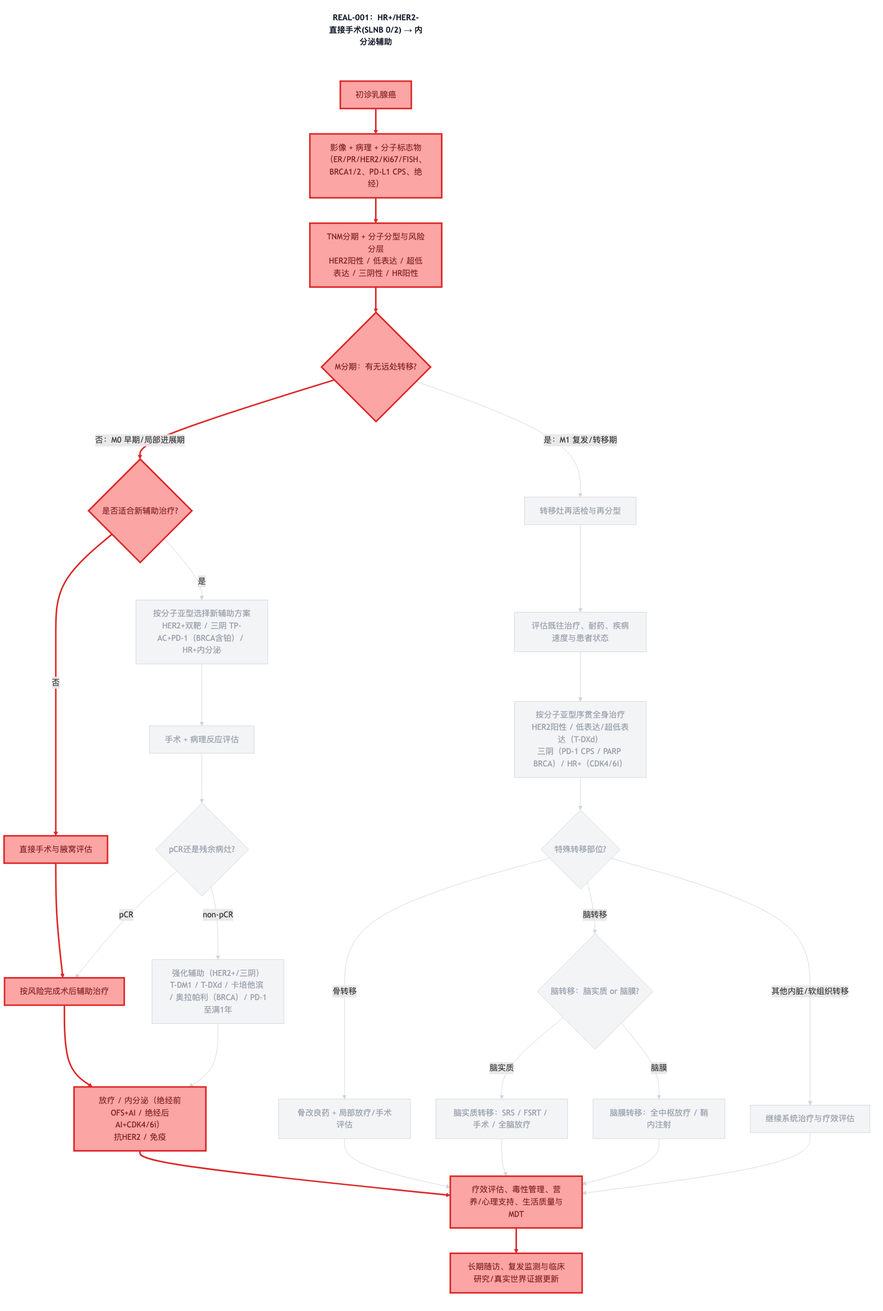
Before: diagrams/decision-chain-REAL-001.png, a diagram exported from Mermaid (dongjb741280/breast-cancer). Its source is kept beside it as diagrams/decision-chain-REAL-001.mmd.
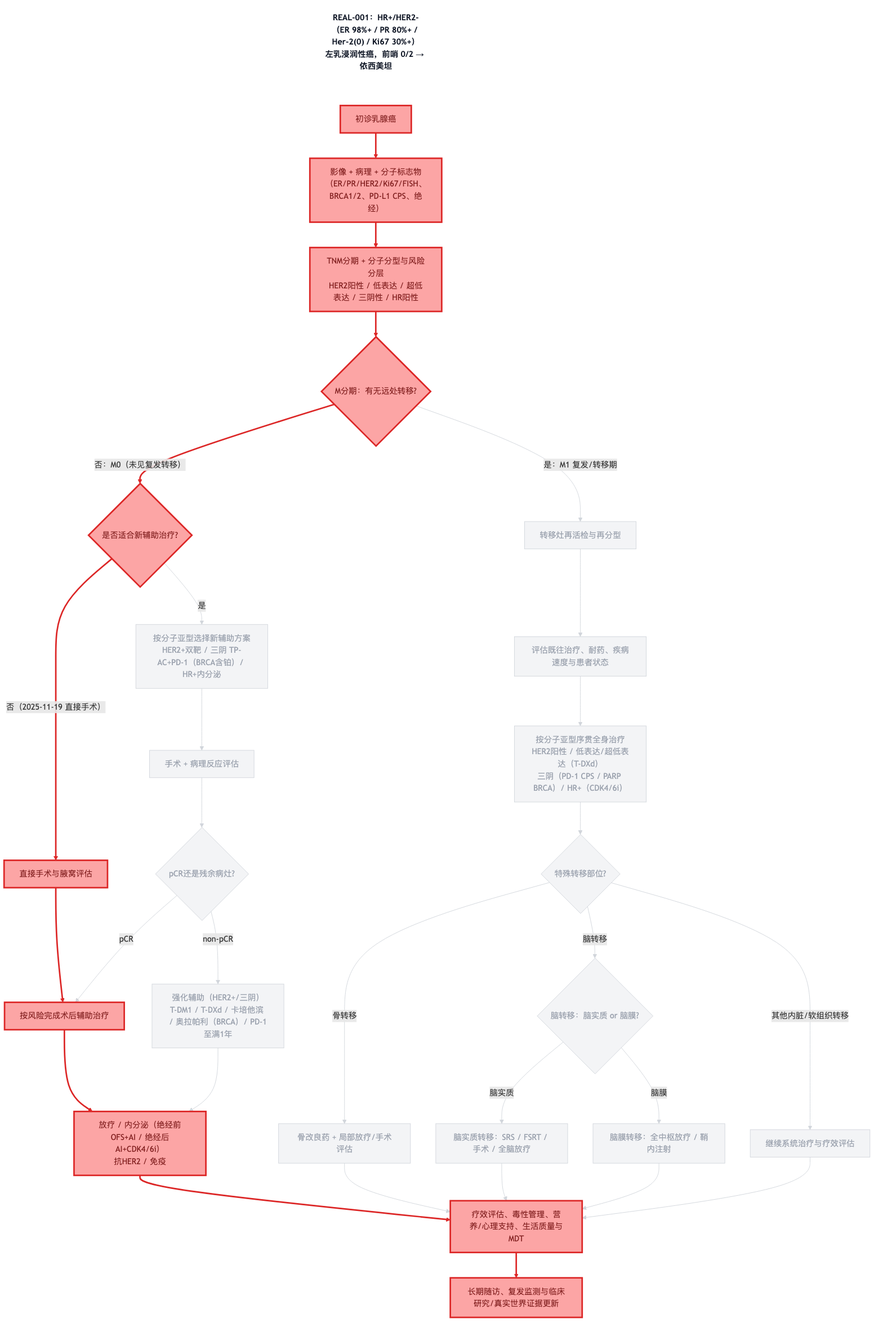
Above is the later version.

The edit, as a diff of the source:
```diff
@@ -1,5 +1,5 @@
 graph TD
-    TITLE["REAL-001：HR+/HER2-<br/>直接手术(SLNB 0/2) → 内分泌辅助"]
+    TITLE["REAL-001：HR+/HER2-（ER 98%+ / PR 80%+ / Her-2(0) / Ki67 30%+）<br/>左乳浸润性癌，前哨 0/2 → 依西美坦"]
     A[初诊乳腺癌]
     B[影像 + 病理 + 分子标志物<br/>（ER/PR/HER2/Ki67/FISH、BRCA1/2、PD-L1 CPS、绝经）]
     C[TNM分期 + 分子分型与风险分层<br/>HER2阳性 / 低表达 / 超低表达 / 三阴性 / HR阳性]
@@ -26,9 +26,9 @@
     A --> B
     B --> C
     C --> D
-    D -->|否：M0 早期/局部进展期| E
+    D -->|否：M0（未见复发转移）| E
     E -->|是| F
-    E -->|否| G
+    E -->|否（2025-11-19 直接手术）| G
     F --> H
     G --> J
     H --> I
```
